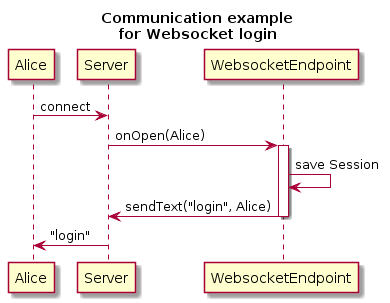
mszalbach/simple-chat keeps this PlantUML diagram as images/uml/chatLoginSequence.png. Above is the earlier version. Source of this version:
```plantuml
@startuml
title Communication example\nfor Websocket login
Alice -> Server :connect
Server -> WebsocketEndpoint : onOpen(Alice)
activate WebsocketEndpoint
    WebsocketEndpoint -> WebsocketEndpoint :save Session
    WebsocketEndpoint -> Server : sendText("login", Alice)
deactivate WebsocketEndpoint
Server -> Alice :"login"
@enduml
```
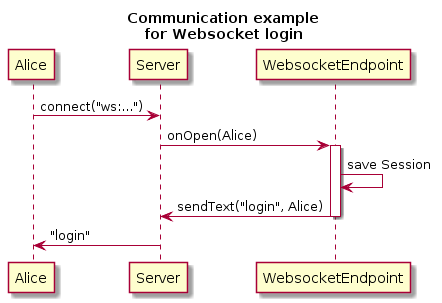
After the change.

Diff of the diagram source:
```diff
@@ -1,6 +1,6 @@
 @startuml
 title Communication example\nfor Websocket login
-Alice -> Server :connect
+Alice -> Server :connect("ws:...")
 Server -> WebsocketEndpoint : onOpen(Alice)
 activate WebsocketEndpoint
     WebsocketEndpoint -> WebsocketEndpoint :save Session
```
